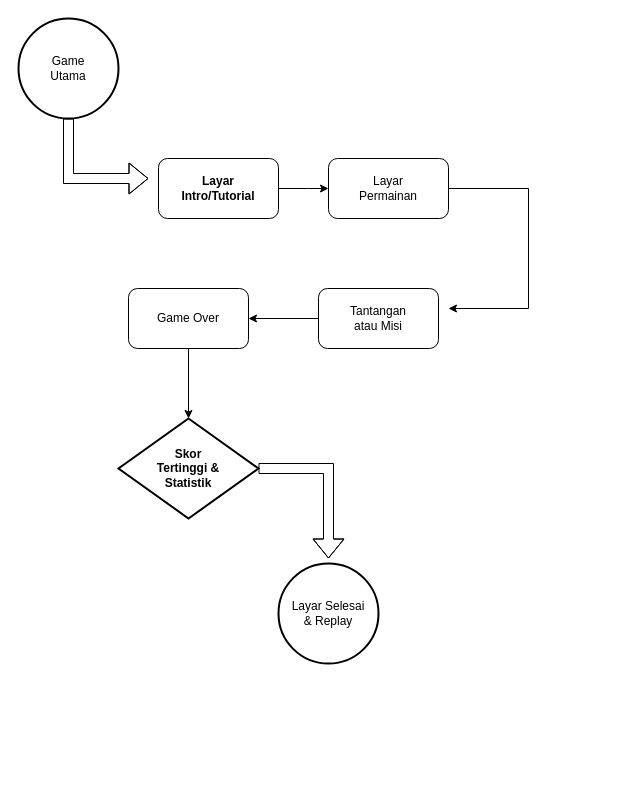
Before: Untitled Diagram.drawio in yulisit1/game-minion, a draw.io diagram. Source tidied: cells renumbered, new cells numbered last; positions are measured from the earlier drawing's top-left corner, leaving out a move shared by most shapes. Both pictures are drawn from the tidied source at 100%, with x=0, y=0 at pixel (18, 18).
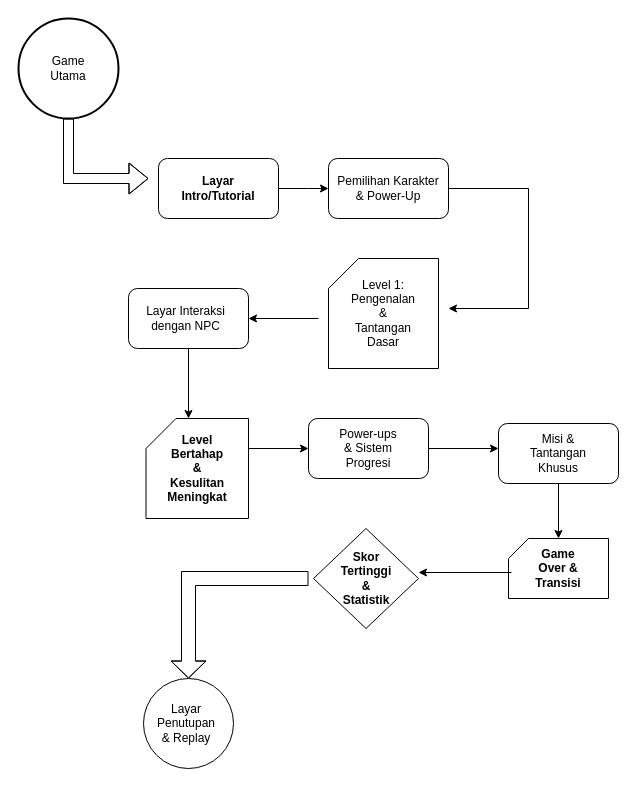
The same diagram, later.

The edit, as a diff of the source:
```diff
@@
-    <mxCell id="8" style="rounded=1;whiteSpace=wrap;html=1;" parent="1" vertex="1">
-      <mxGeometry x="300" y="270" width="120" height="60" as="geometry" />
-    </mxCell>
-    <mxCell id="9" style="strokeWidth=2;html=1;shape=mxgraph.flowchart.decision;whiteSpace=wrap;" parent="1" vertex="1">
-      <mxGeometry x="100" y="400" width="140" height="100" as="geometry" />
-    </mxCell>
-    <mxCell id="10" style="strokeWidth=2;html=1;shape=mxgraph.flowchart.start_2;whiteSpace=wrap;" parent="1" vertex="1">
-      <mxGeometry x="260" y="545" width="100" height="100" as="geometry" />
-    </mxCell>
@@
-    <mxCell id="13" value="Layar Permainan" style="text;html=1;align=center;verticalAlign=middle;whiteSpace=wrap;rounded=0;" parent="1" vertex="1">
-      <mxGeometry x="330" y="155" width="80" height="30" as="geometry" />
+    <mxCell id="13" value="Pemilihan Karakter &amp;amp; Power-Up" style="text;html=1;align=center;verticalAlign=middle;whiteSpace=wrap;rounded=0;" parent="1" vertex="1">
+      <mxGeometry x="315" y="155" width="110" height="30" as="geometry" />
     </mxCell>
-    <mxCell id="14" value="Tantangan atau Misi" style="text;html=1;align=center;verticalAlign=middle;whiteSpace=wrap;rounded=0;" parent="1" vertex="1">
-      <mxGeometry x="325" y="285" width="70" height="30" as="geometry" />
-    </mxCell>
-    <mxCell id="15" value="&lt;strong&gt;Skor Tertinggi &amp;amp; Statistik&lt;/strong&gt;" style="text;html=1;align=center;verticalAlign=middle;whiteSpace=wrap;rounded=0;" parent="1" vertex="1">
-      <mxGeometry x="135" y="435" width="70" height="30" as="geometry" />
-    </mxCell>
-    <mxCell id="16" value="Layar Selesai &amp;amp; Replay" style="text;html=1;align=center;verticalAlign=middle;whiteSpace=wrap;rounded=0;" parent="1" vertex="1">
-      <mxGeometry x="270" y="580" width="80" height="30" as="geometry" />
-    </mxCell>
-    <mxCell id="17" style="endArrow=classic;html=1;rounded=0;exitX=0;exitY=0.5;exitDx=0;exitDy=0;" parent="1" edge="1" source="8">
+    <mxCell id="17" style="endArrow=classic;html=1;rounded=0;exitX=0;exitY=0.5;exitDx=0;exitDy=0;" parent="1" edge="1">
       <mxGeometry relative="1" as="geometry">
+        <mxPoint x="300" y="300" as="sourcePoint" />
         <mxPoint x="230" y="300" as="targetPoint" />
       </mxGeometry>
     </mxCell>
@@
-    <mxCell id="19" value="Game Over" style="text;html=1;align=center;verticalAlign=middle;whiteSpace=wrap;rounded=0;" parent="1" vertex="1">
-      <mxGeometry x="135" y="285" width="70" height="30" as="geometry" />
+    <mxCell id="19" value="Layar Interaksi dengan NPC" style="text;html=1;align=center;verticalAlign=middle;whiteSpace=wrap;rounded=0;" parent="1" vertex="1">
+      <mxGeometry x="125" y="285" width="85" height="30" as="geometry" />
     </mxCell>
@@
-    <mxCell id="21" style="shape=flexArrow;endArrow=classic;html=1;rounded=0;" parent="1" edge="1">
-      <mxGeometry relative="1" as="geometry">
-        <mxPoint x="240" y="450" as="sourcePoint" />
-        <mxPoint x="310" y="540" as="targetPoint" />
-        <Array as="points">
-          <mxPoint x="310" y="450" />
-        </Array>
-      </mxGeometry>
-    </mxCell>
+    <mxCell id="22" style="endArrow=classic;html=1;rounded=0;" parent="1" edge="1">
+      <mxGeometry relative="1" as="geometry">
+        <mxPoint x="230" y="430" as="sourcePoint" />
+        <mxPoint x="290" y="430" as="targetPoint" />
+      </mxGeometry>
+    </mxCell>
+    <mxCell id="23" style="rounded=1;whiteSpace=wrap;html=1;" parent="1" vertex="1">
+      <mxGeometry x="290" y="400" width="120" height="60" as="geometry" />
+    </mxCell>
+    <mxCell id="24" style="endArrow=classic;html=1;rounded=0;" parent="1" edge="1">
+      <mxGeometry relative="1" as="geometry">
+        <mxPoint x="410" y="430" as="sourcePoint" />
+        <mxPoint x="480" y="430" as="targetPoint" />
+      </mxGeometry>
+    </mxCell>
+    <mxCell id="25" style="rounded=1;whiteSpace=wrap;html=1;" parent="1" vertex="1">
+      <mxGeometry x="480" y="405" width="120" height="60" as="geometry" />
+    </mxCell>
+    <mxCell id="26" style="endArrow=classic;html=1;rounded=0;exitX=0.5;exitY=1;exitDx=0;exitDy=0;" parent="1" edge="1" source="25">
+      <mxGeometry relative="1" as="geometry">
+        <mxPoint x="540" y="520" as="targetPoint" />
+      </mxGeometry>
+    </mxCell>
+    <mxCell id="27" style="verticalLabelPosition=bottom;verticalAlign=top;html=1;shape=card;whiteSpace=wrap;size=20;arcSize=12;" parent="1" vertex="1">
+      <mxGeometry x="490" y="520" width="100" height="60" as="geometry" />
+    </mxCell>
+    <mxCell id="28" style="endArrow=classic;html=1;rounded=0;exitX=0.03;exitY=0.567;exitDx=0;exitDy=0;exitPerimeter=0;" parent="1" edge="1" source="27">
+      <mxGeometry relative="1" as="geometry">
+        <mxPoint x="400" y="554" as="targetPoint" />
+      </mxGeometry>
+    </mxCell>
+    <mxCell id="29" style="shape=flexArrow;endArrow=classic;html=1;rounded=0;width=14;endSize=5.32;" parent="1" edge="1">
+      <mxGeometry relative="1" as="geometry">
+        <mxPoint x="290" y="560" as="sourcePoint" />
+        <mxPoint x="170" y="660" as="targetPoint" />
+        <Array as="points">
+          <mxPoint x="170" y="560" />
+        </Array>
+      </mxGeometry>
+    </mxCell>
+    <mxCell id="30" style="ellipse;whiteSpace=wrap;html=1;" parent="1" vertex="1">
+      <mxGeometry x="125" y="660" width="90" height="90" as="geometry" />
+    </mxCell>
+    <mxCell id="31" style="shape=card;whiteSpace=wrap;html=1;" parent="1" vertex="1">
+      <mxGeometry x="310" y="240" width="110" height="110" as="geometry" />
+    </mxCell>
+    <mxCell id="32" value="Level 1: Pengenalan &amp;amp; Tantangan Dasar" style="text;html=1;align=center;verticalAlign=middle;whiteSpace=wrap;rounded=0;" parent="1" vertex="1">
+      <mxGeometry x="335" y="280" width="60" height="30" as="geometry" />
+    </mxCell>
+    <mxCell id="33" style="shape=card;whiteSpace=wrap;html=1;" parent="1" vertex="1">
+      <mxGeometry x="127.5" y="400" width="102.5" height="100" as="geometry" />
+    </mxCell>
+    <mxCell id="34" value="&lt;strong&gt;Level Bertahap &amp;amp; Kesulitan Meningkat&lt;/strong&gt;" style="text;html=1;align=center;verticalAlign=middle;whiteSpace=wrap;rounded=0;" parent="1" vertex="1">
+      <mxGeometry x="148.8" y="435" width="60" height="30" as="geometry" />
+    </mxCell>
+    <mxCell id="35" value="Power-ups &amp;amp; Sistem Progresi" style="text;html=1;align=center;verticalAlign=middle;whiteSpace=wrap;rounded=0;" parent="1" vertex="1">
+      <mxGeometry x="320" y="415" width="60" height="30" as="geometry" />
+    </mxCell>
+    <mxCell id="36" value="Misi &amp;amp; Tantangan Khusus" style="text;html=1;align=center;verticalAlign=middle;whiteSpace=wrap;rounded=0;" parent="1" vertex="1">
+      <mxGeometry x="510" y="420" width="60" height="30" as="geometry" />
+    </mxCell>
+    <mxCell id="37" value="&lt;strong&gt;Game Over &amp;amp; Transisi&lt;/strong&gt;" style="text;html=1;align=center;verticalAlign=middle;whiteSpace=wrap;rounded=0;" parent="1" vertex="1">
+      <mxGeometry x="510" y="535" width="60" height="30" as="geometry" />
+    </mxCell>
+    <mxCell id="38" style="rhombus;whiteSpace=wrap;html=1;" parent="1" vertex="1">
+      <mxGeometry x="295" y="510" width="105" height="100" as="geometry" />
+    </mxCell>
+    <mxCell id="15" value="&lt;strong&gt;Skor Tertinggi &amp;amp; Statistik&lt;/strong&gt;" style="text;html=1;align=center;verticalAlign=middle;whiteSpace=wrap;rounded=0;" parent="1" vertex="1">
+      <mxGeometry x="317.5" y="545" width="60" height="30" as="geometry" />
+    </mxCell>
+    <mxCell id="39" value="Layar Penutupan &amp;amp; Replay" style="text;html=1;align=center;verticalAlign=middle;whiteSpace=wrap;rounded=0;" parent="1" vertex="1">
+      <mxGeometry x="137.5" y="690" width="60" height="30" as="geometry" />
+    </mxCell>
```
